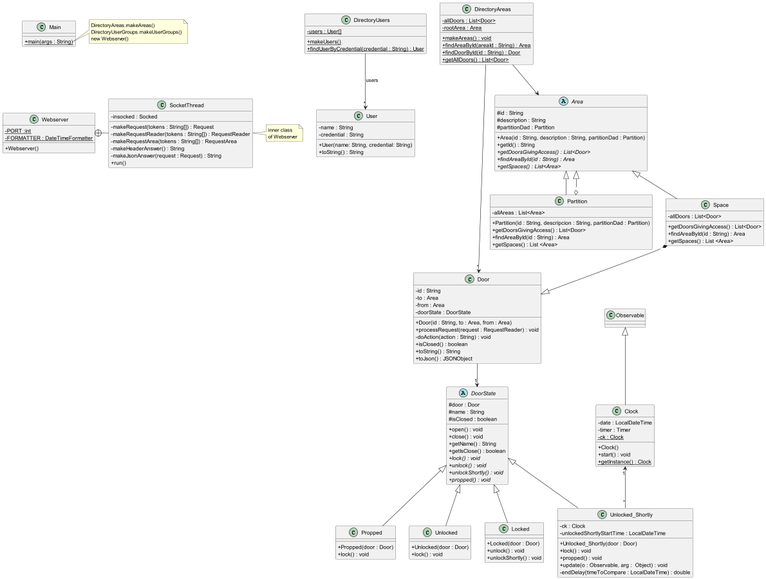
Above: src/baseNoStates/uml/base_no_states.png in Jordiyy/DSPracticas (PlantUML), before the change. The source it was exported from:
```plantuml
@startuml
skinparam classAttributeIconSize 0

class Webserver {
    - {static} PORT :int
    - {static} FORMATTER : DateTimeFormatter
    + Webserver()
}

class SocketThread {
    - insocked : Socked
    - makeRequest(tokens : String[]) : Request
    - makeRequestReader(tokens : String[]) : RequestReader
    - makeRequestArea(tokens : String[]) : RequestArea
    - makeHeaderAnswer() : String
    - makeJsonAnswer(request : Request) : String
    + run()
}

note right of SocketThread
inner class
of Webserver
end note

class DirectoryUsers {
    - {static} users : User[]
    + {static} makeUsers()
    + {static} findUserByCredential(credential : String) : User
}

class DirectoryAreas {
    - {static} allDoors : List<Door>
    - {static} rootArea : Area
    + {static} makeAreas() : void
    + {static} findAreaById(areaId : String) : Area
    + {static} findDoorById(id : String) : Door
    + {static} getAllDoors() : List<Door>
}

class Door {
    - id : String
    - to : Area
    - from : Area
    - doorState : DoorState

    + Door(id : String, to : Area, from : Area)
    + processRequest(request : RequestReader) : void
    - doAction(action : String) : void
    + isClosed() : boolean
    + toString() : String
    + toJson() : JSONObject
}



class User {
    - name : String
    - credential : String
    + User(name: String, credential: String)
    + toString() : String
}


abstract class DoorState {
    # door : Door
    # name : String
    # isClosed : boolean
    + open() : void
    + close() : void
    + getName() : String
    + getIsClose() : boolean
    + {abstract} lock() : void
    + {abstract} unlock() : void
    + {abstract} unlockShortly() : void
    + {abstract} propped() : void
}

class Locked extends DoorState {
    + Locked(door : Door)
    + unlock() : void
    + unlockShortly() : void
}

class Unlocked extends DoorState {
    + Unlocked(door : Door)
    + lock() : void
}

class Unlocked_Shortly extends DoorState {
    - ck : Clock
    - unlockedShortlyStartTime : LocalDateTime
    + Unlocked_Shortly(door : Door)
    + lock() : void
    + propped() : void
    + update(o : Observable, arg :  Object) : void
    - endDelay(timeToCompare : LocalDateTime) : double
}

class Propped extends DoorState {
    + Propped(door : Door)
    + lock() : void
}

abstract class Area {
    # id : String
    # description : String
    # partitionDad : Partition
    + Area(id : String, description : String, partitionDad : Partition)
    + getId() : String
    + {abstract} getDoorsGivingAccess() : List<Door>
    + {abstract} findAreaById(id : String) : Area
    + {abstract} getSpaces() : List<Area>
}

class Partition extends Area {
    - allAreas : List<Area>
    + Partition(id : String, descripcion : String, partitionDad : Partition)
    + getDoorsGivingAccess() : List<Door>
    + findAreaById(id : String) : Area
    + getSpaces() : List <Area>
}

class Space extends Area {
    - allDoors : List<Door>
    + getDoorsGivingAccess() : List<Door>
    + findAreaById(id : String) : Area
    + getSpaces() : List <Area>
}

class Clock extends Observable {
    - date : LocalDateTime
    - timer : Timer
    - {static} ck : Clock
    + Clock()
    + start() : void
    + {static} getInstance() : Clock
}

class Main {
    + {static} main(args : String)
}

note right of Main::main
DirectoryAreas.makeAreas()
DirectoryUserGroups.makeUserGroups()
new Webserver()
end note

Webserver +-right- SocketThread
DirectoryUsers --> "*" User : "users"
DirectoryAreas --> Area
Space *--|> Door
Partition o--|> Area
DirectoryAreas --> "*" Door
Door --> "1" DoorState
Clock "1" <-- "*" Unlocked_Shortly


Main -[hidden]down- Webserver

@enduml
```
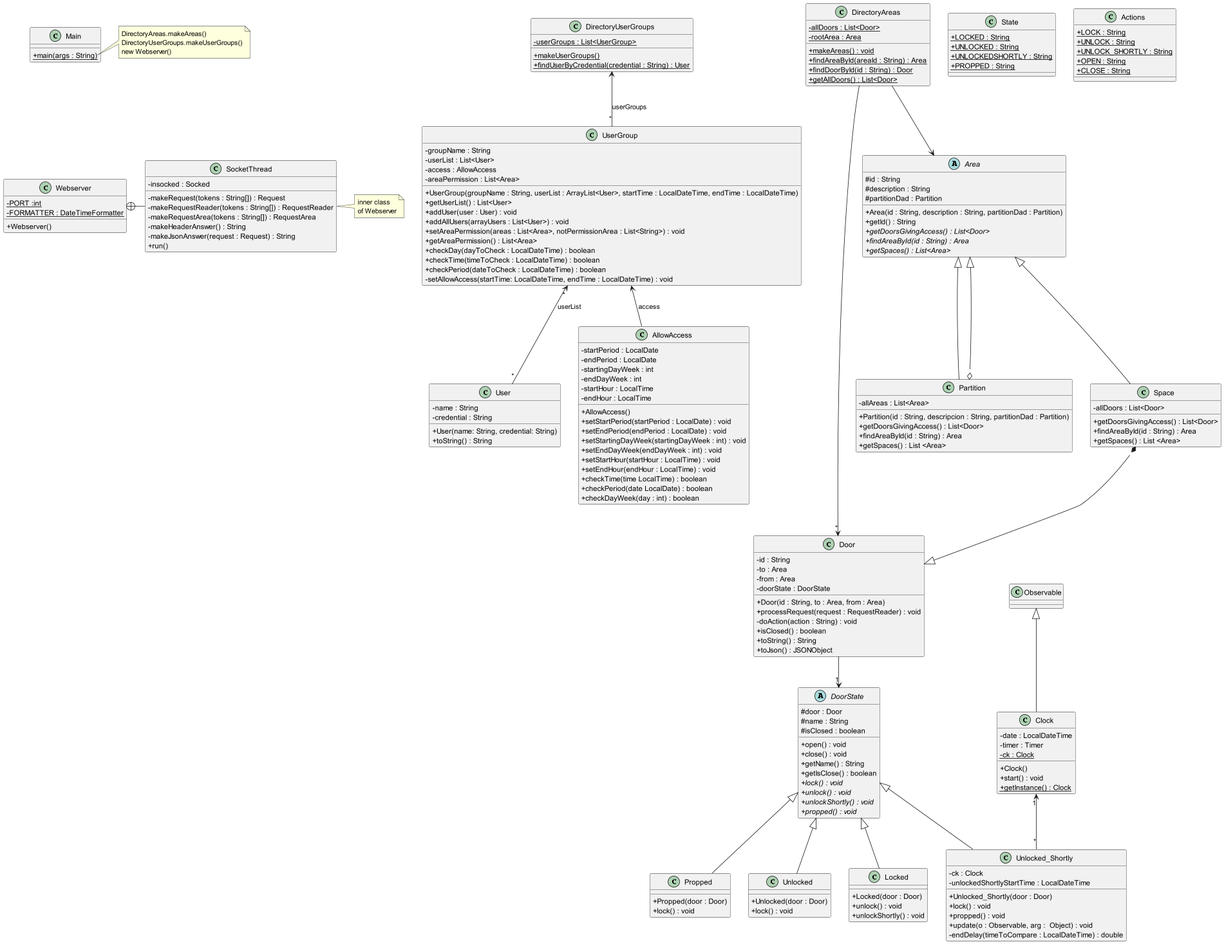
The same diagram one commit later.

Commit message:
UML actualizado

The edit, as a diff of the source:
```diff
@@ -22,10 +22,27 @@
 of Webserver
 end note
 
-class DirectoryUsers {
-    - {static} users : User[]
-    + {static} makeUsers()
+class DirectoryUserGroups {
+    - {static} userGroups : List<UserGroup>
+    + {static} makeUserGroups()
     + {static} findUserByCredential(credential : String) : User
+}
+
+class UserGroup {
+    - groupName : String
+    - userList : List<User>
+    - access : AllowAccess
+    - areaPermission : List<Area>
+    + UserGroup(groupName : String, userList : ArrayList<User>, startTime : LocalDateTime, endTime : LocalDateTime)
+    + getUserList() : List<User>
+    + addUser(user : User) : void
+    + addAllUsers(arrayUsers : List<User>) : void
+    + setAreaPermission(areas : List<Area>, notPermissionArea : List<String>) : void
+    + getAreaPermission() : List<Area>
+    + checkDay(dayToCheck : LocalDateTime) : boolean
+    + checkTime(timeToCheck : LocalDateTime) : boolean
+    + checkPeriod(dateToCheck : LocalDateTime) : boolean
+    - setAllowAccess(startTime: LocalDateTime, endTime : LocalDateTime) : void
 }
 
 class DirectoryAreas {
@@ -127,6 +144,25 @@
     + getSpaces() : List <Area>
 }
 
+class AllowAccess {
+    - startPeriod : LocalDate
+    - endPeriod : LocalDate
+    - startingDayWeek : int
+    - endDayWeek : int
+    - startHour : LocalTime
+    - endHour : LocalTime
+    + AllowAccess()
+    + setStartPeriod(startPeriod : LocalDate) : void
+    + setEndPeriod(endPeriod : LocalDate) : void
+    + setStartingDayWeek(startingDayWeek : int) : void
+    + setEndDayWeek(endDayWeek : int) : void
+    + setStartHour(startHour : LocalTime) : void
+    + setEndHour(endHour : LocalTime) : void
+    + checkTime(time LocalTime) : boolean
+    + checkPeriod(date LocalDate) : boolean
+    + checkDayWeek(day : int) : boolean
+}
+
 class Clock extends Observable {
     - date : LocalDateTime
     - timer : Timer
@@ -134,6 +170,21 @@
     + Clock()
     + start() : void
     + {static} getInstance() : Clock
+}
+
+class State {
+    + {static} LOCKED : String
+    + {static} UNLOCKED : String
+    + {static} UNLOCKEDSHORTLY : String
+    + {static} PROPPED : String
+}
+
+class Actions {
+    + {static} LOCK : String
+    + {static} UNLOCK : String
+    + {static} UNLOCK_SHORTLY : String
+    + {static} OPEN : String
+    + {static} CLOSE : String
 }
 
 class Main {
@@ -147,7 +198,9 @@
 end note
 
 Webserver +-right- SocketThread
-DirectoryUsers --> "*" User : "users"
+DirectoryUserGroups <-- "*" UserGroup : "userGroups"
+UserGroup "*" <-- "*" User : "userList"
+UserGroup <-- AllowAccess : "access"
 DirectoryAreas --> Area
 Space *--|> Door
 Partition o--|> Area
```
